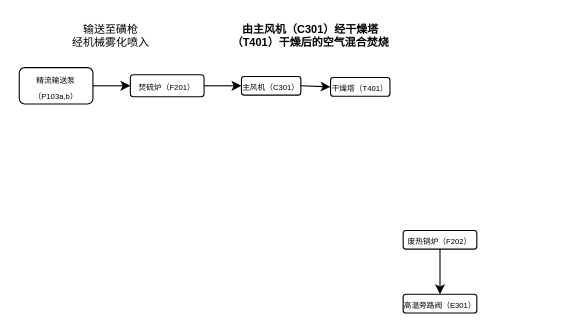
This is page "焚硫" (2 of 3) of dcs.drawio from KNAI-I/test, a draw.io file, before an edit. Source tidied: cells renumbered, new cells numbered last; positions are measured from the earlier drawing's top-left corner, leaving out a move shared by most shapes. Both pictures are drawn from the tidied source at 110%, with x=0, y=0 at pixel (19, 19).
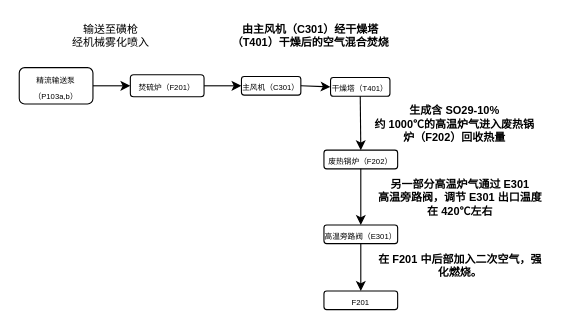
The same diagram, later.

Change to the diagram source:
```diff
@@
 <mxGraphModel>
   <root>
     <mxCell id="0" />
     <mxCell id="1" parent="0" />
     <mxCell id="2" style="endArrow=classic;html=1;rounded=0;exitX=1;exitY=0.5;exitDx=0;exitDy=0;fontSize=6;entryX=0;entryY=0.5;entryDx=0;entryDy=0;" parent="1" edge="1" source="10" target="11">
       <mxGeometry relative="1" as="geometry" />
     </mxCell>
     <mxCell id="3" value="&lt;font style=&quot;font-size: 7px;&quot;&gt;主风机（C301）&lt;/font&gt;" style="rounded=1;whiteSpace=wrap;html=1;align=center;" parent="1" vertex="1">
       <mxGeometry x="202" y="52" width="54" height="17" as="geometry" />
     </mxCell>
     <mxCell id="4" style="endArrow=classic;html=1;rounded=0;entryX=0;entryY=0.5;entryDx=0;entryDy=0;exitX=1;exitY=0.5;exitDx=0;exitDy=0;" parent="1" edge="1" source="11" target="3">
       <mxGeometry relative="1" as="geometry" />
     </mxCell>
     <mxCell id="5" value="&lt;span style=&quot;font-size: 7px;&quot;&gt;干燥塔（T401）&lt;/span&gt;" style="rounded=1;whiteSpace=wrap;html=1;align=center;" parent="1" vertex="1">
       <mxGeometry x="283" y="53" width="54" height="17" as="geometry" />
     </mxCell>
     <mxCell id="6" style="endArrow=classic;html=1;rounded=0;exitX=1;exitY=0.5;exitDx=0;exitDy=0;entryX=0;entryY=0.5;entryDx=0;entryDy=0;" parent="1" edge="1" source="3" target="5">
       <mxGeometry relative="1" as="geometry" />
     </mxCell>
     <mxCell id="7" value="&lt;span style=&quot;font-size: 7px;&quot;&gt;废热锅炉（F202）&lt;/span&gt;" style="rounded=1;whiteSpace=wrap;html=1;align=center;" parent="1" vertex="1">
-      <mxGeometry x="349" y="192" width="67" height="17" as="geometry" />
+      <mxGeometry x="277" y="119" width="67" height="17" as="geometry" />
     </mxCell>
     <mxCell id="8" value="&lt;span style=&quot;font-size: 7px;&quot;&gt;高温旁路阀（E301）&lt;/span&gt;" style="rounded=1;whiteSpace=wrap;html=1;align=center;" parent="1" vertex="1">
-      <mxGeometry x="349" y="250" width="67" height="17" as="geometry" />
+      <mxGeometry x="277" y="187" width="67" height="17" as="geometry" />
     </mxCell>
     <mxCell id="9" style="endArrow=classic;html=1;rounded=0;exitX=0.5;exitY=1;exitDx=0;exitDy=0;entryX=0.5;entryY=0;entryDx=0;entryDy=0;" parent="1" edge="1" source="7" target="8">
       <mxGeometry relative="1" as="geometry" />
     </mxCell>
     <mxCell id="10" value="&lt;span style=&quot;font-size: 7px;&quot;&gt;精流输送泵（P103a,b）&lt;/span&gt;" style="rounded=1;whiteSpace=wrap;html=1;align=center;" parent="1" vertex="1">
       <mxGeometry y="44" width="67" height="33" as="geometry" />
     </mxCell>
     <mxCell id="11" value="&lt;span style=&quot;font-size: 7px;&quot;&gt;焚硫炉（F201）&lt;/span&gt;" style="rounded=1;whiteSpace=wrap;html=1;align=center;" parent="1" vertex="1">
       <mxGeometry x="101" y="50.5" width="67" height="20" as="geometry" />
     </mxCell>
     <mxCell id="12" value="输送至磺枪&lt;div&gt;经机械雾化喷入&lt;/div&gt;" style="text;html=1;align=center;verticalAlign=middle;whiteSpace=wrap;rounded=0;fontSize=10;" parent="1" vertex="1">
       <mxGeometry x="39" width="89" height="30" as="geometry" />
     </mxCell>
     <mxCell id="13" value="&lt;div&gt;&lt;span style=&quot;font-family: 宋体;&quot;&gt;&lt;font&gt;&lt;b&gt;由主风机（C301）经干燥塔（T401）干燥后的空气混合焚烧&lt;/b&gt;&lt;/font&gt;&lt;/span&gt;&lt;/div&gt;" style="text;html=1;align=center;verticalAlign=middle;whiteSpace=wrap;rounded=0;fontSize=10;" parent="1" vertex="1">
       <mxGeometry x="187" width="156" height="30" as="geometry" />
     </mxCell>
+    <mxCell id="14" style="endArrow=classic;html=1;rounded=0;exitX=0.5;exitY=1;exitDx=0;exitDy=0;entryX=0.5;entryY=0;entryDx=0;entryDy=0;" parent="1" edge="1" source="5" target="7">
+      <mxGeometry relative="1" as="geometry" />
+    </mxCell>
+    <mxCell id="15" value="&lt;div&gt;&lt;font&gt;&lt;b&gt;&lt;span style=&quot;font-family: 宋体;&quot;&gt;生成含 SO&lt;/span&gt;&lt;span style=&quot;font-family: 宋体;&quot;&gt;2&lt;/span&gt;&lt;span style=&quot;font-family: 宋体;&quot;&gt;9-10%&lt;br&gt;&lt;/span&gt;&lt;/b&gt;&lt;/font&gt;&lt;/div&gt;&lt;div&gt;&lt;span style=&quot;font-family: 宋体;&quot;&gt;&lt;font&gt;&lt;b&gt;约 1000℃的高温炉气进入废热锅炉（F202）回收热量&lt;/b&gt;&lt;/font&gt;&lt;/span&gt;&lt;/div&gt;" style="text;html=1;align=center;verticalAlign=middle;whiteSpace=wrap;rounded=0;fontSize=10;" parent="1" vertex="1">
+      <mxGeometry x="318" y="80" width="156" height="30" as="geometry" />
+    </mxCell>
+    <mxCell id="16" value="&lt;div&gt;&lt;span style=&quot;font-family: 宋体;&quot;&gt;&lt;font&gt;&lt;b&gt;另一部分高温炉气通过 E301&lt;br/&gt;&lt;/b&gt;&lt;/font&gt;&lt;/span&gt;&lt;/div&gt;&lt;div&gt;&lt;span style=&quot;font-family: 宋体;&quot;&gt;&lt;font&gt;&lt;b&gt;高温旁路阀，调节 E301 出口温度在 420℃左右&lt;/b&gt;&lt;/font&gt;&lt;/span&gt;&lt;/div&gt;" style="text;html=1;align=center;verticalAlign=middle;whiteSpace=wrap;rounded=0;fontSize=10;" parent="1" vertex="1">
+      <mxGeometry x="323" y="147" width="156" height="30" as="geometry" />
+    </mxCell>
+    <mxCell id="17" value="&lt;span style=&quot;font-size: 7px;&quot;&gt;F201&lt;/span&gt;" style="rounded=1;whiteSpace=wrap;html=1;align=center;" parent="1" vertex="1">
+      <mxGeometry x="277" y="247" width="67" height="17" as="geometry" />
+    </mxCell>
+    <mxCell id="18" style="endArrow=classic;html=1;rounded=0;entryX=0.5;entryY=0;entryDx=0;entryDy=0;exitX=0.5;exitY=1;exitDx=0;exitDy=0;" parent="1" edge="1" source="8" target="17">
+      <mxGeometry relative="1" as="geometry" />
+    </mxCell>
+    <mxCell id="19" value="&lt;div&gt;&lt;span style=&quot;font-family: 宋体;&quot;&gt;&lt;font&gt;&lt;b&gt;在 F201 中后部加入二次空气，强&lt;br/&gt;&lt;/b&gt;&lt;/font&gt;&lt;/span&gt;&lt;/div&gt;&lt;div&gt;&lt;span style=&quot;font-family: 宋体;&quot;&gt;&lt;font&gt;&lt;b&gt;化燃烧。&lt;/b&gt;&lt;/font&gt;&lt;/span&gt;&lt;/div&gt;" style="text;html=1;align=center;verticalAlign=middle;whiteSpace=wrap;rounded=0;fontSize=10;" parent="1" vertex="1">
+      <mxGeometry x="323" y="209" width="156" height="30" as="geometry" />
+    </mxCell>
   </root>
 </mxGraphModel>
```
